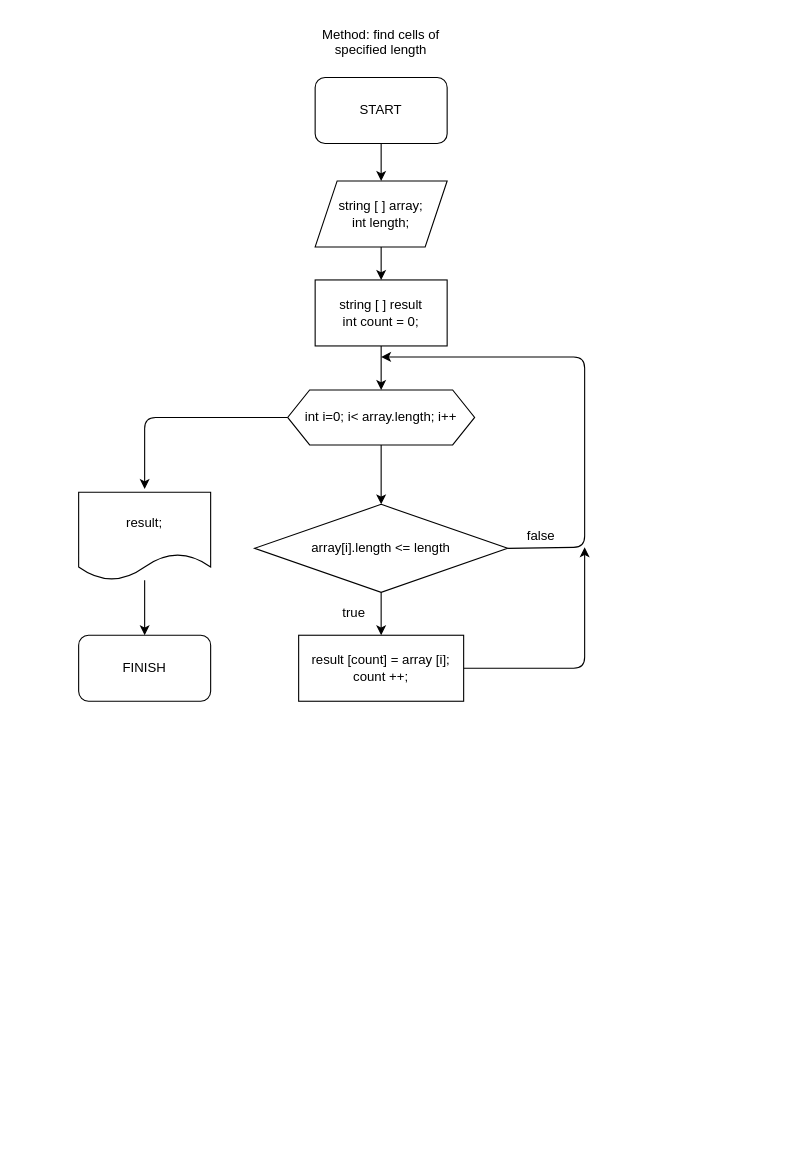
Above: FindCellsSpecifiedLength.drawio in Evgen986/Course_work (draw.io), before the change. Source tidied: cells renumbered, new cells numbered last; positions are measured from the earlier drawing's top-left corner, leaving out a move shared by most shapes. Both pictures are drawn from the tidied source at 110%, with x=0, y=0 at pixel (78, 19).
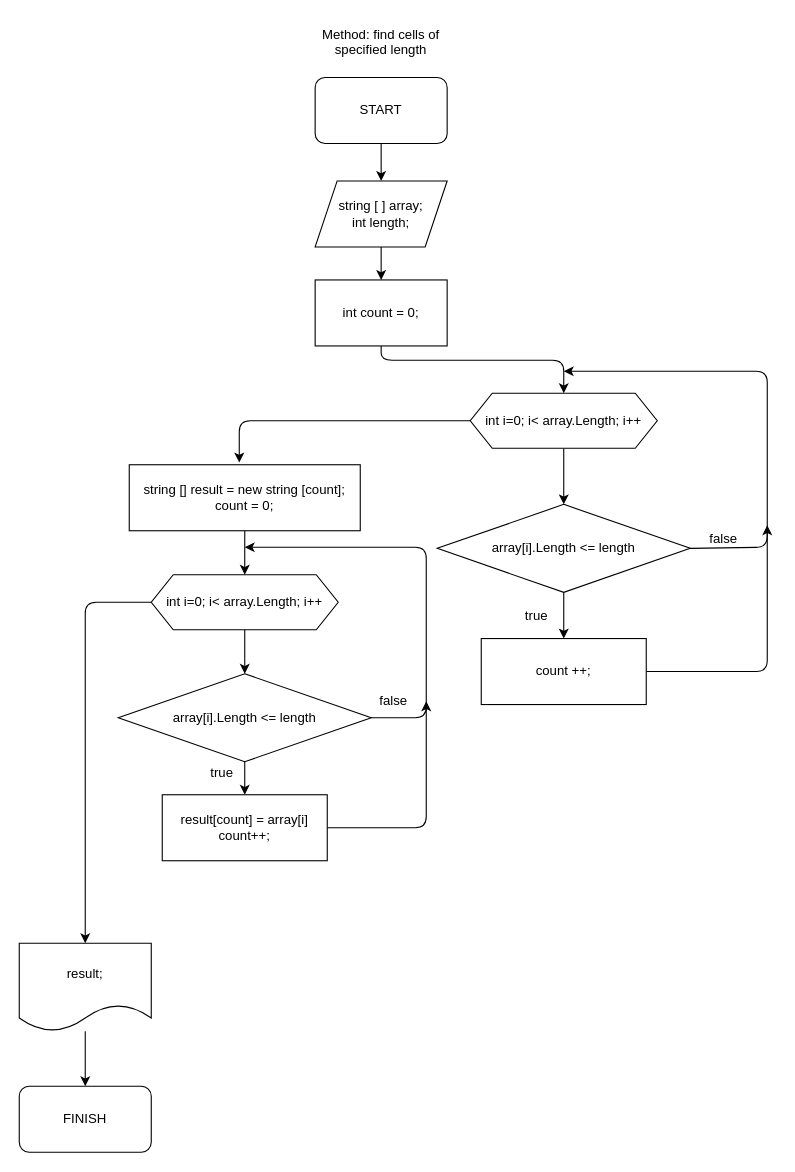
After the change.

What changed in the source:
```diff
@@
-    <mxCell id="6" style="edgeStyle=none;html=1;entryX=0.5;entryY=0;entryDx=0;entryDy=0;" parent="1" edge="1" source="7" target="10">
-      <mxGeometry relative="1" as="geometry" />
+    <mxCell id="6" style="edgeStyle=none;html=1;entryX=0.5;entryY=0;entryDx=0;entryDy=0;exitX=0.5;exitY=1;exitDx=0;exitDy=0;" parent="1" edge="1" source="7" target="10">
+      <mxGeometry relative="1" as="geometry">
+        <Array as="points">
+          <mxPoint x="275" y="310" />
+          <mxPoint x="441" y="310" />
+        </Array>
+      </mxGeometry>
     </mxCell>
-    <mxCell id="7" value="string [ ] result&lt;br&gt;int count = 0;" style="rounded=0;whiteSpace=wrap;html=1;" parent="1" vertex="1">
+    <mxCell id="7" value="int count = 0;" style="rounded=0;whiteSpace=wrap;html=1;" parent="1" vertex="1">
       <mxGeometry x="215" y="237" width="120" height="60" as="geometry" />
     </mxCell>
@@
-    <mxCell id="9" style="edgeStyle=none;html=1;entryX=0.5;entryY=0;entryDx=0;entryDy=0;entryPerimeter=0;" parent="1" edge="1" source="10">
+    <mxCell id="9" style="edgeStyle=none;html=1;" parent="1" edge="1" source="10">
       <mxGeometry relative="1" as="geometry">
-        <mxPoint x="60" y="427" as="targetPoint" />
+        <mxPoint x="146" y="403" as="targetPoint" />
         <Array as="points">
-          <mxPoint x="60" y="362" />
+          <mxPoint x="146" y="365" />
         </Array>
       </mxGeometry>
     </mxCell>
-    <mxCell id="10" value="int i=0; i&amp;lt; array.length; i++" style="shape=hexagon;perimeter=hexagonPerimeter2;whiteSpace=wrap;html=1;fixedSize=1;" parent="1" vertex="1">
-      <mxGeometry x="190" y="337" width="170" height="50" as="geometry" />
+    <mxCell id="10" value="int i=0; i&amp;lt; array.Length; i++" style="shape=hexagon;perimeter=hexagonPerimeter2;whiteSpace=wrap;html=1;fixedSize=1;" parent="1" vertex="1">
+      <mxGeometry x="356" y="340" width="170" height="50" as="geometry" />
     </mxCell>
@@
     <mxCell id="12" value="result;" style="shape=document;whiteSpace=wrap;html=1;boundedLbl=1;" parent="1" vertex="1">
-      <mxGeometry y="430" width="120" height="80" as="geometry" />
+      <mxGeometry x="-54" y="840" width="120" height="80" as="geometry" />
     </mxCell>
     <mxCell id="13" value="FINISH" style="rounded=1;whiteSpace=wrap;html=1;" parent="1" vertex="1">
-      <mxGeometry y="560" width="120" height="60" as="geometry" />
+      <mxGeometry x="-54" y="970" width="120" height="60" as="geometry" />
     </mxCell>
     <mxCell id="14" style="edgeStyle=none;html=1;exitX=1;exitY=0.5;exitDx=0;exitDy=0;" parent="1" edge="1" source="17">
       <mxGeometry relative="1" as="geometry">
-        <mxPoint x="275" y="307" as="targetPoint" />
+        <mxPoint x="441" y="320" as="targetPoint" />
         <Array as="points">
-          <mxPoint x="460" y="480" />
-          <mxPoint x="460" y="307" />
+          <mxPoint x="626" y="480" />
+          <mxPoint x="626" y="320" />
         </Array>
       </mxGeometry>
     </mxCell>
@@
-    <mxCell id="17" value="array[i].length &amp;lt;= length" style="rhombus;whiteSpace=wrap;html=1;fontSize=12;" parent="1" vertex="1">
-      <mxGeometry x="160" y="441" width="230" height="80" as="geometry" />
+    <mxCell id="17" value="array[i].Length &amp;lt;= length" style="rhombus;whiteSpace=wrap;html=1;fontSize=12;" parent="1" vertex="1">
+      <mxGeometry x="326" y="441" width="230" height="80" as="geometry" />
     </mxCell>
     <mxCell id="18" value="false" style="text;html=1;align=center;verticalAlign=middle;strokeColor=none;fillColor=none;fontSize=12;" parent="1" vertex="1">
-      <mxGeometry x="400" y="460" width="40" height="20" as="geometry" />
+      <mxGeometry x="566" y="463" width="40" height="20" as="geometry" />
     </mxCell>
     <mxCell id="19" style="edgeStyle=none;html=1;fontSize=12;" parent="1" edge="1" source="20">
       <mxGeometry relative="1" as="geometry">
-        <mxPoint x="460" y="480" as="targetPoint" />
+        <mxPoint x="626" y="460" as="targetPoint" />
         <Array as="points">
-          <mxPoint x="460" y="590" />
+          <mxPoint x="626" y="593" />
         </Array>
       </mxGeometry>
     </mxCell>
-    <mxCell id="20" value="result [count] = array [i];&lt;br&gt;count ++;" style="rounded=0;whiteSpace=wrap;html=1;fontSize=12;" parent="1" vertex="1">
-      <mxGeometry x="200" y="560" width="150" height="60" as="geometry" />
+    <mxCell id="20" value="count ++;" style="rounded=0;whiteSpace=wrap;html=1;fontSize=12;" parent="1" vertex="1">
+      <mxGeometry x="366" y="563" width="150" height="60" as="geometry" />
     </mxCell>
     <mxCell id="21" value="true" style="text;html=1;align=center;verticalAlign=middle;strokeColor=none;fillColor=none;fontSize=12;" parent="1" vertex="1">
-      <mxGeometry x="230" y="530" width="40" height="20" as="geometry" />
+      <mxGeometry x="396" y="533" width="40" height="20" as="geometry" />
     </mxCell>
+    <mxCell id="22" style="edgeStyle=none;html=1;fontSize=12;entryX=0.5;entryY=0;entryDx=0;entryDy=0;" parent="1" edge="1" source="24" target="27">
+      <mxGeometry relative="1" as="geometry" />
+    </mxCell>
+    <mxCell id="23" style="edgeStyle=none;html=1;entryX=0.5;entryY=0;entryDx=0;entryDy=0;fontSize=12;" parent="1" edge="1" source="24" target="12">
+      <mxGeometry relative="1" as="geometry">
+        <Array as="points">
+          <mxPoint x="6" y="530" />
+        </Array>
+      </mxGeometry>
+    </mxCell>
+    <mxCell id="24" value="int i=0; i&amp;lt; array.Length; i++" style="shape=hexagon;perimeter=hexagonPerimeter2;whiteSpace=wrap;html=1;fixedSize=1;" parent="1" vertex="1">
+      <mxGeometry x="66" y="505" width="170" height="50" as="geometry" />
+    </mxCell>
+    <mxCell id="25" style="edgeStyle=none;html=1;entryX=0.5;entryY=0;entryDx=0;entryDy=0;fontSize=12;" parent="1" edge="1" source="27" target="29">
+      <mxGeometry relative="1" as="geometry" />
+    </mxCell>
+    <mxCell id="26" style="edgeStyle=none;html=1;fontSize=12;" parent="1" edge="1" source="27">
+      <mxGeometry relative="1" as="geometry">
+        <mxPoint x="151" y="480" as="targetPoint" />
+        <Array as="points">
+          <mxPoint x="316" y="635" />
+          <mxPoint x="316" y="480" />
+        </Array>
+      </mxGeometry>
+    </mxCell>
+    <mxCell id="27" value="array[i].Length &amp;lt;= length" style="rhombus;whiteSpace=wrap;html=1;fontSize=12;" parent="1" vertex="1">
+      <mxGeometry x="36" y="595" width="230" height="80" as="geometry" />
+    </mxCell>
+    <mxCell id="28" style="edgeStyle=none;html=1;fontSize=12;" parent="1" edge="1" source="29">
+      <mxGeometry relative="1" as="geometry">
+        <mxPoint x="316" y="620" as="targetPoint" />
+        <Array as="points">
+          <mxPoint x="316" y="735" />
+        </Array>
+      </mxGeometry>
+    </mxCell>
+    <mxCell id="29" value="result[count] = array[i]&lt;br&gt;count++;" style="rounded=0;whiteSpace=wrap;html=1;fontSize=12;" parent="1" vertex="1">
+      <mxGeometry x="76" y="705" width="150" height="60" as="geometry" />
+    </mxCell>
+    <mxCell id="30" style="edgeStyle=none;html=1;entryX=0.5;entryY=0;entryDx=0;entryDy=0;fontSize=12;" parent="1" edge="1" source="31" target="24">
+      <mxGeometry relative="1" as="geometry" />
+    </mxCell>
+    <mxCell id="31" value="string [] result = new string [count];&lt;br&gt;count = 0;" style="rounded=0;whiteSpace=wrap;html=1;" parent="1" vertex="1">
+      <mxGeometry x="46" y="405" width="210" height="60" as="geometry" />
+    </mxCell>
+    <mxCell id="32" value="true" style="text;html=1;align=center;verticalAlign=middle;strokeColor=none;fillColor=none;fontSize=12;" parent="1" vertex="1">
+      <mxGeometry x="110" y="675" width="40" height="20" as="geometry" />
+    </mxCell>
+    <mxCell id="33" value="false" style="text;html=1;align=center;verticalAlign=middle;strokeColor=none;fillColor=none;fontSize=12;" parent="1" vertex="1">
+      <mxGeometry x="266" y="610" width="40" height="20" as="geometry" />
+    </mxCell>
```
